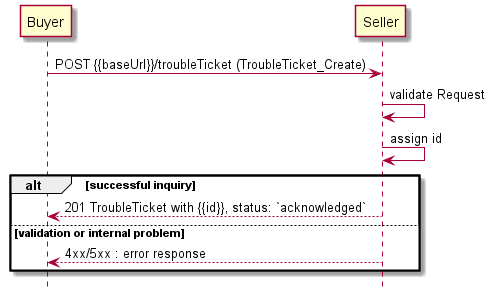
The PlantUML diagram documentation/productApi/troubleTicket/media/useCase1Flow.png in MEF-GIT/MEF-LSO-Sonata-SDK, before a commit. Source of this version:
```plantuml
@startuml

hide footbox

participant Buyer
participant Seller

Buyer -> Seller : POST {{baseUrl}}/troubleTicket (TroubleTicket_Create)

Seller -> Seller : validate Request
Seller -> Seller : assign id
alt successful inquiry
    Buyer <-- Seller : 201 TroubleTicket with {{id}}, status: `acknowledged`
else validation or internal problem
    Buyer <-- Seller: 4xx/5xx : error response
end
@enduml
```
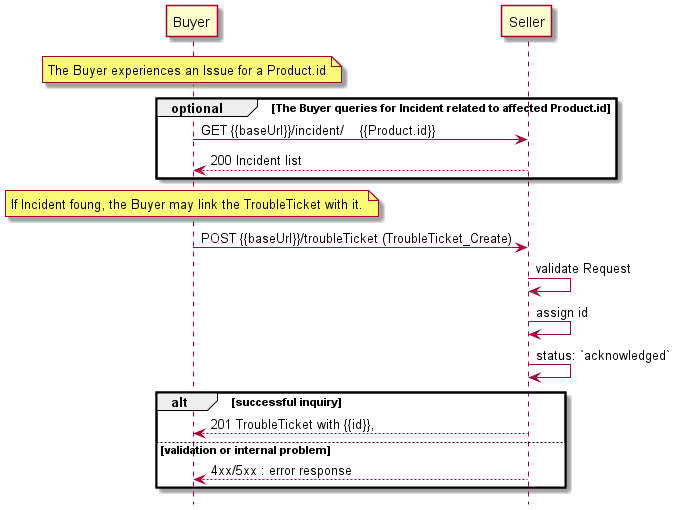
Above is the later version.

What changed in the source:
```diff
@@ -5,12 +5,22 @@
 participant Buyer
 participant Seller
 
+
+
+note over Buyer : The Buyer experiences an Issue for a Product.id
+
+group optional [The Buyer queries for Incident related to affected Product.id]
+  Buyer -> Seller: GET {{baseUrl}}/incident/    {{Product.id}}
+  return 200 Incident list
+end
+note over Buyer : If Incident foung, the Buyer may link the TroubleTicket with it.
+
 Buyer -> Seller : POST {{baseUrl}}/troubleTicket (TroubleTicket_Create)
-
 Seller -> Seller : validate Request
 Seller -> Seller : assign id
+Seller -> Seller : status: `acknowledged`
 alt successful inquiry
-    Buyer <-- Seller : 201 TroubleTicket with {{id}}, status: `acknowledged`
+    Buyer <-- Seller : 201 TroubleTicket with {{id}},
 else validation or internal problem
     Buyer <-- Seller: 4xx/5xx : error response
 end
```
